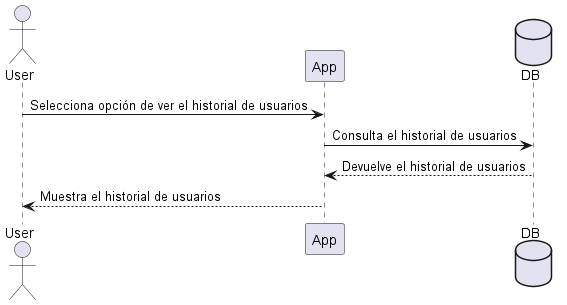
Earlier version of the PlantUML export images/Usuarios.png (Arquisoft/wiq_es6b).
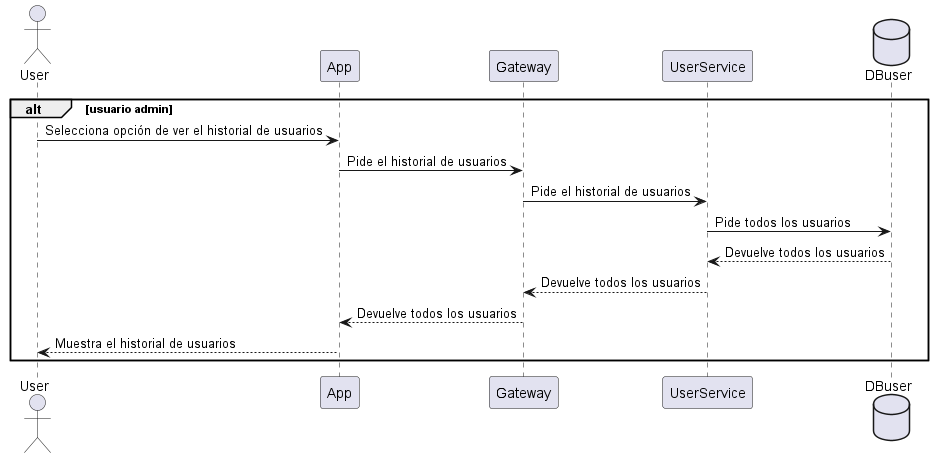
Above is the later version.

Change to the diagram source:
```diff
@@ -1,10 +1,18 @@
 @startuml
 actor User
 participant App
-database DB
+participant Gateway
+participant UserService
+database DBuser
 
+alt usuario admin
 User -> App: Selecciona opción de ver el historial de usuarios
-App -> DB: Consulta el historial de usuarios
-App <-- DB: Devuelve el historial de usuarios
+App -> Gateway: Pide el historial de usuarios
+Gateway -> UserService: Pide el historial de usuarios
+UserService -> DBuser: Pide todos los usuarios
+UserService <-- DBuser: Devuelve todos los usuarios
+Gateway <-- UserService: Devuelve todos los usuarios
+App <-- Gateway: Devuelve todos los usuarios
 User <-- App: Muestra el historial de usuarios
+end
 @enduml
```
